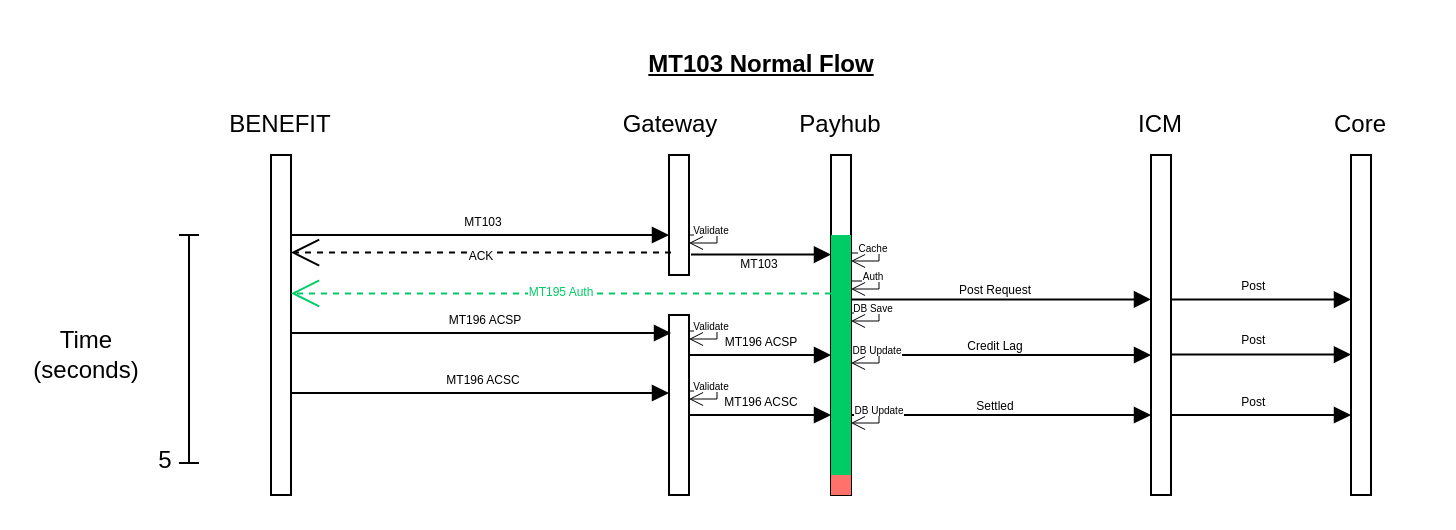
Earlier version of the draw.io diagram page "MT103" (4 of 8) of Aspire/AspireMain.drawio (zakk616/avanza-UMLs). Source tidied: cells renumbered, new cells numbered last; positions are measured from the earlier drawing's top-left corner, leaving out a move shared by most shapes. Both pictures are drawn from the tidied source at 200%, with x=0, y=0 at pixel (46, 34).
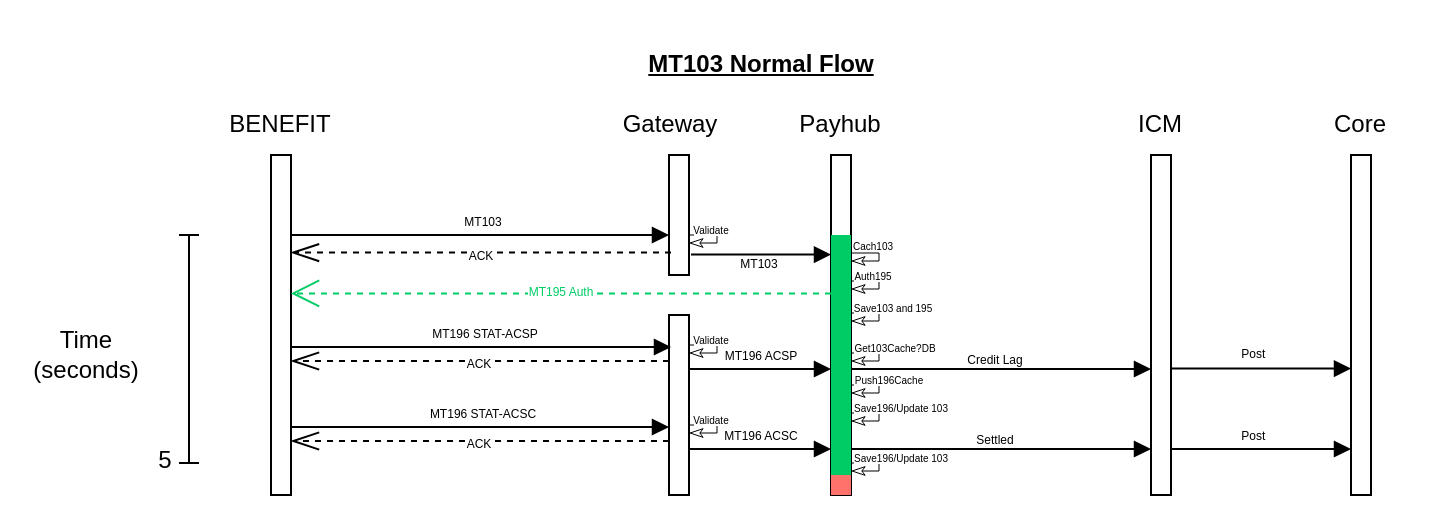
The same diagram, later.

Unchanged cells that the change refers to:
```xml
<mxCell id="5" style="html=1;points=[[0,0,0,0,5],[0,1,0,0,-5],[1,0,0,0,5],[1,1,0,0,-5]];perimeter=orthogonalPerimeter;outlineConnect=0;targetShapes=umlLifeline;portConstraint=eastwest;newEdgeStyle={&quot;curved&quot;:0,&quot;rounded&quot;:0};" parent="1" vertex="1">
  <mxGeometry x="552" y="60" width="10" height="170" as="geometry" />
</mxCell>
<mxCell id="26" style="html=1;points=[[0,0,0,0,5],[0,1,0,0,-5],[1,0,0,0,5],[1,1,0,0,-5]];perimeter=orthogonalPerimeter;outlineConnect=0;targetShapes=umlLifeline;portConstraint=eastwest;newEdgeStyle={&quot;curved&quot;:0,&quot;rounded&quot;:0};fillColor=#00CC66;strokeColor=none;" parent="1" vertex="1">
  <mxGeometry x="392" y="100" width="10" height="120" as="geometry" />
</mxCell>
```

Diff of the diagram source:
```diff
@@
-    <mxCell id="11" value="&lt;font style=&quot;font-size: 6px;&quot;&gt;ACK&lt;/font&gt;" style="endArrow=open;endSize=12;dashed=1;html=1;rounded=0;" parent="1" edge="1">
+    <mxCell id="11" value="&lt;font style=&quot;font-size: 6px;&quot;&gt;ACK&lt;/font&gt;" style="endArrow=openThin;endSize=12;dashed=1;html=1;rounded=0;endFill=0;" parent="1" edge="1">
       <mxGeometry relative="1" as="geometry">
         <mxPoint x="312" y="108.8" as="sourcePoint" />
         <mxPoint x="122" y="108.8" as="targetPoint" />
       </mxGeometry>
     </mxCell>
-    <mxCell id="12" style="html=1;verticalAlign=bottom;endArrow=block;curved=0;rounded=0;" parent="1" edge="1">
-      <mxGeometry relative="1" as="geometry">
-        <mxPoint x="402" y="132.2" as="sourcePoint" />
-        <mxPoint x="552" y="132.2" as="targetPoint" />
-      </mxGeometry>
-    </mxCell>
-    <mxCell id="13" value="Post Request" style="edgeLabel;html=1;align=center;verticalAlign=middle;fontSize=6;" parent="12" vertex="1">
-      <mxGeometry x="-0.05" y="-1" relative="1" as="geometry">
-        <mxPoint y="-6" as="offset" />
-      </mxGeometry>
-    </mxCell>
-    <mxCell id="14" style="html=1;verticalAlign=bottom;endArrow=block;curved=0;rounded=0;" parent="1" edge="1">
-      <mxGeometry relative="1" as="geometry">
-        <mxPoint x="562" y="132.3" as="sourcePoint" />
-        <mxPoint x="652" y="132.3" as="targetPoint" />
-      </mxGeometry>
-    </mxCell>
-    <mxCell id="15" value="Post&amp;nbsp;" style="edgeLabel;html=1;align=center;verticalAlign=middle;fontSize=6;" parent="14" vertex="1">
-      <mxGeometry x="-0.15" y="2" relative="1" as="geometry">
-        <mxPoint x="3" y="-5" as="offset" />
-      </mxGeometry>
-    </mxCell>
@@
-    <mxCell id="28" style="endArrow=open;html=1;rounded=0;strokeWidth=0.5;endFill=0;" parent="1" edge="1">
+    <mxCell id="28" style="endArrow=classicThin;html=1;rounded=0;strokeWidth=0.5;endFill=0;" parent="1" edge="1">
       <mxGeometry relative="1" as="geometry">
         <mxPoint x="321" y="100" as="sourcePoint" />
         <mxPoint x="321" y="104" as="targetPoint" />
         <Array as="points">
           <mxPoint x="325" y="100" />
           <mxPoint x="335" y="100" />
           <mxPoint x="335" y="104" />
         </Array>
       </mxGeometry>
     </mxCell>
@@
-    <mxCell id="31" style="endArrow=open;html=1;rounded=0;strokeWidth=0.5;endFill=0;" parent="1" edge="1">
+    <mxCell id="31" style="endArrow=classicThin;html=1;rounded=0;strokeWidth=0.5;endFill=0;" parent="1" edge="1">
       <mxGeometry relative="1" as="geometry">
         <mxPoint x="402" y="109" as="sourcePoint" />
         <mxPoint x="402" y="113" as="targetPoint" />
         <Array as="points">
           <mxPoint x="406" y="109" />
           <mxPoint x="416" y="109" />
           <mxPoint x="416" y="113" />
         </Array>
       </mxGeometry>
     </mxCell>
-    <mxCell id="32" value="&lt;font style=&quot;font-size: 5px;&quot;&gt;Cache&lt;/font&gt;" style="edgeLabel;html=1;align=center;verticalAlign=middle;fontSize=5;" parent="31" vertex="1">
+    <mxCell id="32" value="&lt;font style=&quot;font-size: 5px;&quot;&gt;Cach103&lt;/font&gt;" style="edgeLabel;html=1;align=center;verticalAlign=middle;fontSize=5;" parent="31" vertex="1">
       <mxGeometry x="-0.59" relative="1" as="geometry">
-        <mxPoint x="3" y="-4" as="offset" />
+        <mxPoint x="3" y="-5" as="offset" />
       </mxGeometry>
     </mxCell>
-    <mxCell id="33" style="endArrow=open;html=1;rounded=0;strokeWidth=0.5;endFill=0;" parent="1" edge="1">
+    <mxCell id="33" style="endArrow=classicThin;html=1;rounded=0;strokeWidth=0.5;endFill=0;" parent="1" edge="1">
       <mxGeometry relative="1" as="geometry">
         <mxPoint x="402" y="123" as="sourcePoint" />
         <mxPoint x="402" y="127" as="targetPoint" />
         <Array as="points">
           <mxPoint x="406" y="123" />
           <mxPoint x="416" y="123" />
           <mxPoint x="416" y="127" />
         </Array>
       </mxGeometry>
     </mxCell>
-    <mxCell id="34" value="&lt;font style=&quot;font-size: 5px;&quot;&gt;Auth&lt;/font&gt;" style="edgeLabel;html=1;align=center;verticalAlign=middle;fontSize=5;" parent="33" vertex="1">
+    <mxCell id="34" value="&lt;font style=&quot;font-size: 5px;&quot;&gt;Auth195&lt;/font&gt;" style="edgeLabel;html=1;align=center;verticalAlign=middle;fontSize=5;" parent="33" vertex="1">
       <mxGeometry x="-0.59" relative="1" as="geometry">
         <mxPoint x="3" y="-4" as="offset" />
       </mxGeometry>
     </mxCell>
-    <mxCell id="35" style="endArrow=open;html=1;rounded=0;strokeWidth=0.5;endFill=0;" parent="1" edge="1">
+    <mxCell id="35" style="endArrow=classicThin;html=1;rounded=0;strokeWidth=0.5;endFill=0;" parent="1" edge="1">
       <mxGeometry relative="1" as="geometry">
         <mxPoint x="402" y="139" as="sourcePoint" />
         <mxPoint x="402" y="143" as="targetPoint" />
         <Array as="points">
           <mxPoint x="406" y="139" />
           <mxPoint x="416" y="139" />
           <mxPoint x="416" y="143" />
         </Array>
       </mxGeometry>
     </mxCell>
-    <mxCell id="36" value="DB Save" style="edgeLabel;html=1;align=center;verticalAlign=middle;fontSize=5;" parent="35" vertex="1">
+    <mxCell id="36" value="Save103 and 195" style="edgeLabel;html=1;align=center;verticalAlign=middle;fontSize=5;" parent="35" vertex="1">
       <mxGeometry x="-0.59" relative="1" as="geometry">
-        <mxPoint x="3" y="-4" as="offset" />
+        <mxPoint x="13" y="-4" as="offset" />
       </mxGeometry>
     </mxCell>
     <mxCell id="37" style="html=1;verticalAlign=bottom;endArrow=block;curved=0;rounded=0;" parent="1" edge="1">
       <mxGeometry relative="1" as="geometry">
-        <mxPoint x="122" y="149" as="sourcePoint" />
-        <mxPoint x="312" y="149" as="targetPoint" />
+        <mxPoint x="122" y="156" as="sourcePoint" />
+        <mxPoint x="312" y="156" as="targetPoint" />
       </mxGeometry>
     </mxCell>
-    <mxCell id="38" value="&lt;font style=&quot;font-size: 6px;&quot;&gt;MT196 ACSP&lt;/font&gt;" style="edgeLabel;html=1;align=center;verticalAlign=middle;fontSize=8;" parent="37" vertex="1">
+    <mxCell id="38" value="&lt;font style=&quot;font-size: 6px;&quot;&gt;MT196 STAT-ACSP&lt;/font&gt;" style="edgeLabel;html=1;align=center;verticalAlign=middle;fontSize=8;" parent="37" vertex="1">
       <mxGeometry x="0.03" y="-1" relative="1" as="geometry">
         <mxPoint x="-2" y="-9" as="offset" />
       </mxGeometry>
     </mxCell>
-    <mxCell id="39" style="endArrow=open;html=1;rounded=0;strokeWidth=0.5;endFill=0;" parent="1" edge="1">
+    <mxCell id="39" style="endArrow=classicThin;html=1;rounded=0;strokeWidth=0.5;endFill=0;" parent="1" edge="1">
       <mxGeometry relative="1" as="geometry">
-        <mxPoint x="321" y="148" as="sourcePoint" />
-        <mxPoint x="321" y="152" as="targetPoint" />
+        <mxPoint x="321" y="155" as="sourcePoint" />
+        <mxPoint x="321" y="159" as="targetPoint" />
         <Array as="points">
-          <mxPoint x="325" y="148" />
-          <mxPoint x="335" y="148" />
-          <mxPoint x="335" y="152" />
+          <mxPoint x="325" y="155" />
+          <mxPoint x="335" y="155" />
+          <mxPoint x="335" y="159" />
         </Array>
       </mxGeometry>
     </mxCell>
@@
     <mxCell id="41" style="html=1;verticalAlign=bottom;endArrow=block;curved=0;rounded=0;" parent="1" edge="1">
       <mxGeometry relative="1" as="geometry">
-        <mxPoint x="321" y="160" as="sourcePoint" />
-        <mxPoint x="392" y="160" as="targetPoint" />
+        <mxPoint x="321" y="167" as="sourcePoint" />
+        <mxPoint x="392" y="167" as="targetPoint" />
       </mxGeometry>
     </mxCell>
@@
-    <mxCell id="43" style="html=1;verticalAlign=bottom;endArrow=block;curved=0;rounded=0;" parent="1" edge="1" source="26" target="5">
-      <mxGeometry relative="1" as="geometry" />
+    <mxCell id="43" style="html=1;verticalAlign=bottom;endArrow=block;curved=0;rounded=0;" parent="1" edge="1">
+      <mxGeometry relative="1" as="geometry">
+        <mxPoint x="402" y="167" as="sourcePoint" />
+        <mxPoint x="552" y="167" as="targetPoint" />
+      </mxGeometry>
     </mxCell>
@@
     <mxCell id="45" style="html=1;verticalAlign=bottom;endArrow=block;curved=0;rounded=0;" parent="1" edge="1">
       <mxGeometry relative="1" as="geometry">
-        <mxPoint x="122" y="179" as="sourcePoint" />
-        <mxPoint x="311" y="179" as="targetPoint" />
+        <mxPoint x="122" y="196" as="sourcePoint" />
+        <mxPoint x="311" y="196" as="targetPoint" />
       </mxGeometry>
     </mxCell>
-    <mxCell id="46" value="&lt;font style=&quot;font-size: 6px;&quot;&gt;MT196 ACSC&lt;/font&gt;" style="edgeLabel;html=1;align=center;verticalAlign=middle;fontSize=8;" parent="45" vertex="1">
+    <mxCell id="46" value="&lt;font style=&quot;font-size: 6px;&quot;&gt;MT196 STAT-ACSC&lt;/font&gt;" style="edgeLabel;html=1;align=center;verticalAlign=middle;fontSize=8;" parent="45" vertex="1">
       <mxGeometry x="0.03" y="-1" relative="1" as="geometry">
         <mxPoint x="-2" y="-9" as="offset" />
       </mxGeometry>
     </mxCell>
-    <mxCell id="47" style="endArrow=open;html=1;rounded=0;strokeWidth=0.5;endFill=0;" parent="1" edge="1">
+    <mxCell id="47" style="endArrow=classicThin;html=1;rounded=0;strokeWidth=0.5;endFill=0;" parent="1" edge="1">
       <mxGeometry relative="1" as="geometry">
-        <mxPoint x="321" y="178" as="sourcePoint" />
-        <mxPoint x="321" y="182" as="targetPoint" />
+        <mxPoint x="321" y="195" as="sourcePoint" />
+        <mxPoint x="321" y="199" as="targetPoint" />
         <Array as="points">
-          <mxPoint x="325" y="178" />
-          <mxPoint x="335" y="178" />
-          <mxPoint x="335" y="182" />
+          <mxPoint x="325" y="195" />
+          <mxPoint x="335" y="195" />
+          <mxPoint x="335" y="199" />
         </Array>
       </mxGeometry>
     </mxCell>
@@
     <mxCell id="49" style="html=1;verticalAlign=bottom;endArrow=block;curved=0;rounded=0;" parent="1" edge="1">
       <mxGeometry relative="1" as="geometry">
-        <mxPoint x="321" y="190" as="sourcePoint" />
-        <mxPoint x="392" y="190" as="targetPoint" />
+        <mxPoint x="321" y="207" as="sourcePoint" />
+        <mxPoint x="392" y="207" as="targetPoint" />
       </mxGeometry>
     </mxCell>
@@
     <mxCell id="51" style="html=1;verticalAlign=bottom;endArrow=block;curved=0;rounded=0;" parent="1" edge="1">
       <mxGeometry relative="1" as="geometry">
-        <mxPoint x="402" y="190" as="sourcePoint" />
-        <mxPoint x="552" y="190" as="targetPoint" />
+        <mxPoint x="402" y="207" as="sourcePoint" />
+        <mxPoint x="552" y="207" as="targetPoint" />
       </mxGeometry>
     </mxCell>
@@
     <mxCell id="53" style="html=1;verticalAlign=bottom;endArrow=block;curved=0;rounded=0;" parent="1" edge="1">
       <mxGeometry relative="1" as="geometry">
-        <mxPoint x="562" y="159.8" as="sourcePoint" />
-        <mxPoint x="652" y="159.8" as="targetPoint" />
+        <mxPoint x="562" y="166.8" as="sourcePoint" />
+        <mxPoint x="652" y="166.8" as="targetPoint" />
       </mxGeometry>
     </mxCell>
@@
     <mxCell id="55" style="html=1;verticalAlign=bottom;endArrow=block;curved=0;rounded=0;" parent="1" edge="1">
       <mxGeometry relative="1" as="geometry">
-        <mxPoint x="562" y="190" as="sourcePoint" />
-        <mxPoint x="652" y="190" as="targetPoint" />
+        <mxPoint x="562" y="207" as="sourcePoint" />
+        <mxPoint x="652" y="207" as="targetPoint" />
       </mxGeometry>
     </mxCell>
@@
-    <mxCell id="57" style="endArrow=open;html=1;rounded=0;strokeWidth=0.5;endFill=0;" parent="1" edge="1">
+    <mxCell id="57" style="endArrow=classicThin;html=1;rounded=0;strokeWidth=0.5;endFill=0;" parent="1" edge="1">
       <mxGeometry relative="1" as="geometry">
-        <mxPoint x="402" y="160" as="sourcePoint" />
-        <mxPoint x="402" y="164" as="targetPoint" />
+        <mxPoint x="402" y="175" as="sourcePoint" />
+        <mxPoint x="402" y="179" as="targetPoint" />
         <Array as="points">
-          <mxPoint x="406" y="160" />
-          <mxPoint x="416" y="160" />
-          <mxPoint x="416" y="164" />
+          <mxPoint x="406" y="175" />
+          <mxPoint x="416" y="175" />
+          <mxPoint x="416" y="179" />
         </Array>
       </mxGeometry>
     </mxCell>
-    <mxCell id="58" value="DB Update" style="edgeLabel;html=1;align=center;verticalAlign=middle;fontSize=5;" parent="57" vertex="1">
+    <mxCell id="58" value="Push196Cache" style="edgeLabel;html=1;align=center;verticalAlign=middle;fontSize=5;" parent="57" vertex="1">
       <mxGeometry x="-0.59" relative="1" as="geometry">
-        <mxPoint x="5" y="-4" as="offset" />
+        <mxPoint x="11" y="-4" as="offset" />
       </mxGeometry>
     </mxCell>
-    <mxCell id="59" style="endArrow=open;html=1;rounded=0;strokeWidth=0.5;endFill=0;" parent="1" edge="1">
+    <mxCell id="59" style="endArrow=classicThin;html=1;rounded=0;strokeWidth=0.5;endFill=0;" parent="1" edge="1">
       <mxGeometry relative="1" as="geometry">
-        <mxPoint x="402" y="190" as="sourcePoint" />
-        <mxPoint x="402" y="194" as="targetPoint" />
+        <mxPoint x="402" y="189" as="sourcePoint" />
+        <mxPoint x="402" y="193" as="targetPoint" />
         <Array as="points">
-          <mxPoint x="406" y="190" />
-          <mxPoint x="416" y="190" />
-          <mxPoint x="416" y="194" />
+          <mxPoint x="406" y="189" />
+          <mxPoint x="416" y="189" />
+          <mxPoint x="416" y="193" />
         </Array>
       </mxGeometry>
     </mxCell>
-    <mxCell id="60" value="DB Update" style="edgeLabel;html=1;align=center;verticalAlign=middle;fontSize=5;" parent="59" vertex="1">
+    <mxCell id="60" value="Save196/Update 103" style="edgeLabel;html=1;align=center;verticalAlign=middle;fontSize=5;" parent="59" vertex="1">
       <mxGeometry x="-0.59" relative="1" as="geometry">
-        <mxPoint x="6" y="-4" as="offset" />
+        <mxPoint x="17" y="-4" as="offset" />
       </mxGeometry>
     </mxCell>
+    <mxCell id="61" style="endArrow=classicThin;html=1;rounded=0;strokeWidth=0.5;endFill=0;" parent="1" edge="1">
+      <mxGeometry relative="1" as="geometry">
+        <mxPoint x="402" y="159" as="sourcePoint" />
+        <mxPoint x="402" y="163" as="targetPoint" />
+        <Array as="points">
+          <mxPoint x="406" y="159" />
+          <mxPoint x="416" y="159" />
+          <mxPoint x="416" y="163" />
+        </Array>
+      </mxGeometry>
+    </mxCell>
+    <mxCell id="62" value="&lt;font style=&quot;font-size: 5px;&quot;&gt;Get103Cache?DB&lt;/font&gt;" style="edgeLabel;html=1;align=center;verticalAlign=middle;fontSize=5;" parent="61" vertex="1">
+      <mxGeometry x="-0.59" relative="1" as="geometry">
+        <mxPoint x="14" y="-4" as="offset" />
+      </mxGeometry>
+    </mxCell>
+    <mxCell id="63" style="endArrow=classicThin;html=1;rounded=0;strokeWidth=0.5;endFill=0;" parent="1" edge="1">
+      <mxGeometry relative="1" as="geometry">
+        <mxPoint x="402" y="214" as="sourcePoint" />
+        <mxPoint x="402" y="218" as="targetPoint" />
+        <Array as="points">
+          <mxPoint x="406" y="214" />
+          <mxPoint x="416" y="214" />
+          <mxPoint x="416" y="218" />
+        </Array>
+      </mxGeometry>
+    </mxCell>
+    <mxCell id="64" value="Save196/Update 103" style="edgeLabel;html=1;align=center;verticalAlign=middle;fontSize=5;" parent="63" vertex="1">
+      <mxGeometry x="-0.59" relative="1" as="geometry">
+        <mxPoint x="17" y="-4" as="offset" />
+      </mxGeometry>
+    </mxCell>
+    <mxCell id="65" value="&lt;font style=&quot;font-size: 6px;&quot;&gt;ACK&lt;/font&gt;" style="endArrow=openThin;endSize=12;dashed=1;html=1;rounded=0;endFill=0;" parent="1" edge="1">
+      <mxGeometry relative="1" as="geometry">
+        <mxPoint x="311" y="163" as="sourcePoint" />
+        <mxPoint x="122" y="163" as="targetPoint" />
+      </mxGeometry>
+    </mxCell>
+    <mxCell id="66" value="&lt;font style=&quot;font-size: 6px;&quot;&gt;ACK&lt;/font&gt;" style="endArrow=openThin;endSize=12;dashed=1;html=1;rounded=0;exitX=0;exitY=0.756;exitDx=0;exitDy=0;exitPerimeter=0;endFill=0;" parent="1" edge="1">
+      <mxGeometry relative="1" as="geometry">
+        <mxPoint x="311" y="203" as="sourcePoint" />
+        <mxPoint x="122" y="203" as="targetPoint" />
+      </mxGeometry>
+    </mxCell>
```
